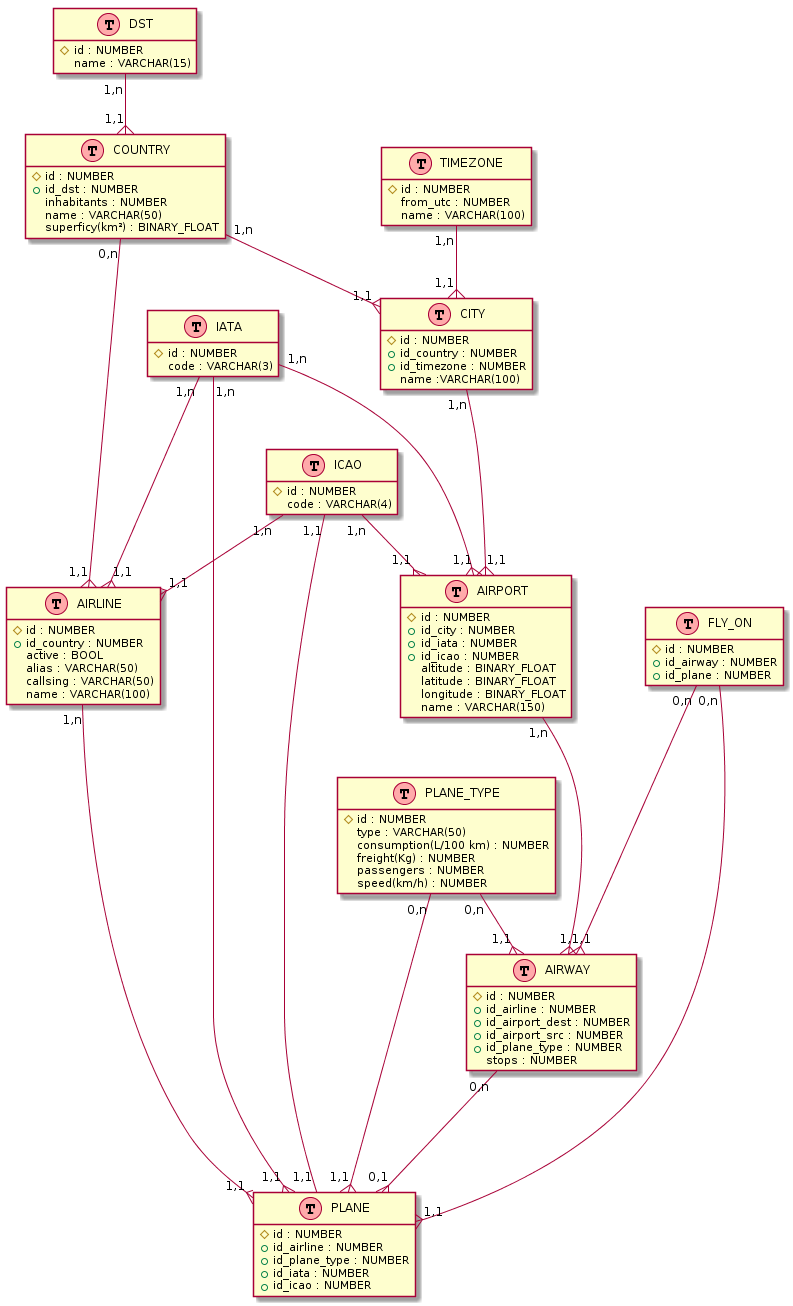
The PlantUML diagram resources/database_modelisation/modelisation.png in pBouillon/OpenFlightStatisticsAggregator, before a commit.
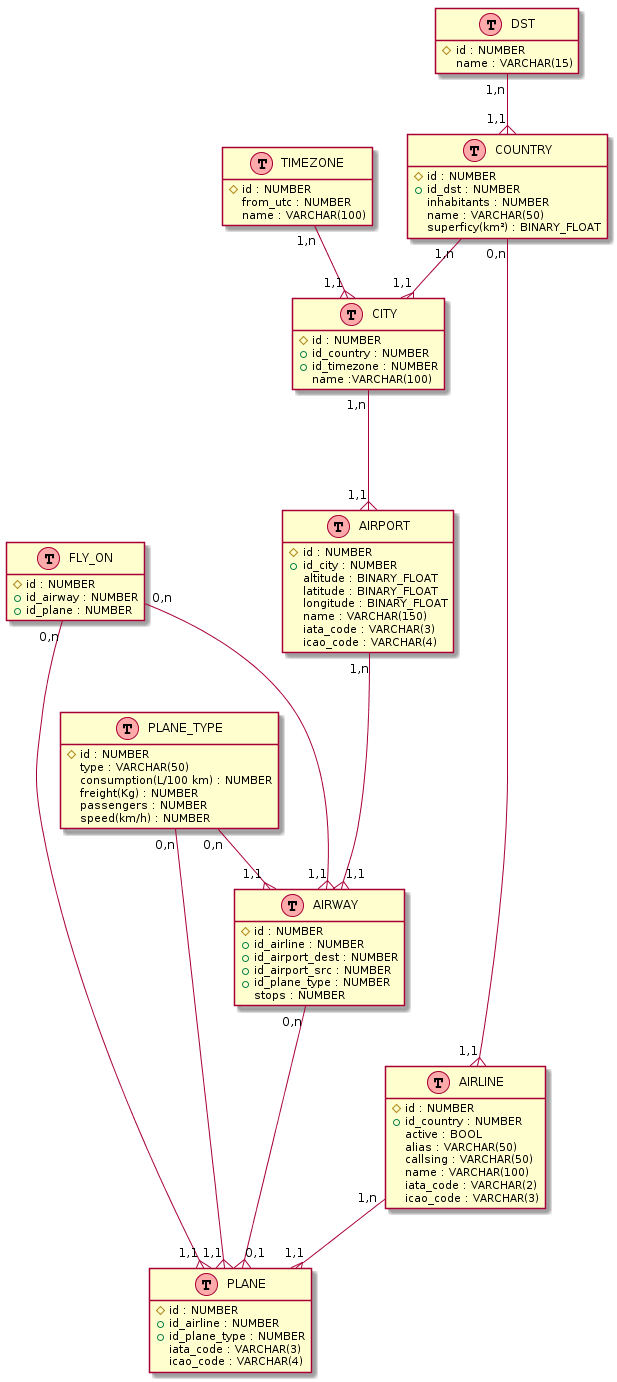
Above is the later version.

Commit message:
delete IATA and ICAO tables

Diff of the diagram source:
```diff
@@ -14,16 +14,6 @@
 class DST << (T,#FFAAAA) >> {
     {field} #id : NUMBER
     {field} name : VARCHAR(15)
-}
-
-class IATA << (T,#FFAAAA) >> {
-    {field} #id : NUMBER
-    {field} code : VARCHAR(3)
-}
-
-class ICAO << (T,#FFAAAA) >> {
-    {field} #id : NUMBER
-    {field} code : VARCHAR(4)
 }
 
 class PLANE_TYPE << (T,#FFAAAA) >> {
@@ -48,6 +38,8 @@
     {field} alias : VARCHAR(50)
     {field} callsing : VARCHAR(50)
     {field} name : VARCHAR(100)
+    {field} iata_code : VARCHAR(2)
+    {field} icao_code : VARCHAR(3)
 }
 
 class CITY << (T,#FFAAAA) >> {
@@ -66,20 +58,21 @@
 class AIRPORT << (T,#FFAAAA) >> {
     {field} #id : NUMBER
     {field} +id_city : NUMBER
-    {field} +id_iata : NUMBER
-    {field} +id_icao : NUMBER
     {field} altitude : BINARY_FLOAT
     {field} latitude : BINARY_FLOAT
     {field} longitude : BINARY_FLOAT
     {field} name : VARCHAR(150)
+    {field} iata_code : VARCHAR(3)
+    {field} icao_code : VARCHAR(4)
+
 }
 
 class PLANE << (T,#FFAAAA) >> {
     {field} #id : NUMBER
     {field} +id_airline : NUMBER
     {field} +id_plane_type : NUMBER
-    {field} +id_iata : NUMBER
-    {field} +id_icao : NUMBER
+    {field} iata_code : VARCHAR(3)
+    {field} icao_code : VARCHAR(4)
 }
 
 class AIRWAY << (T,#FFAAAA) >> {
@@ -107,14 +100,6 @@
 FLY_ON "0,n" ---{ "1,1" AIRWAY
 FLY_ON "0,n" ---{ "1,1" PLANE
 
-IATA "1,n" --{ "1,1" AIRLINE
-IATA "1,n" ---{ "1,1" AIRPORT
-IATA "1,n" --{ "1,1" PLANE
-
-ICAO "1,n" --{ "1,1" AIRLINE
-ICAO "1,n" --{ "1,1" AIRPORT
-ICAO "1,1" -- "1,1" PLANE
-
 PLANE_TYPE "0,n" --{ "1,1" AIRWAY
 PLANE_TYPE "0,n" --{ "1,1" PLANE
 
```
